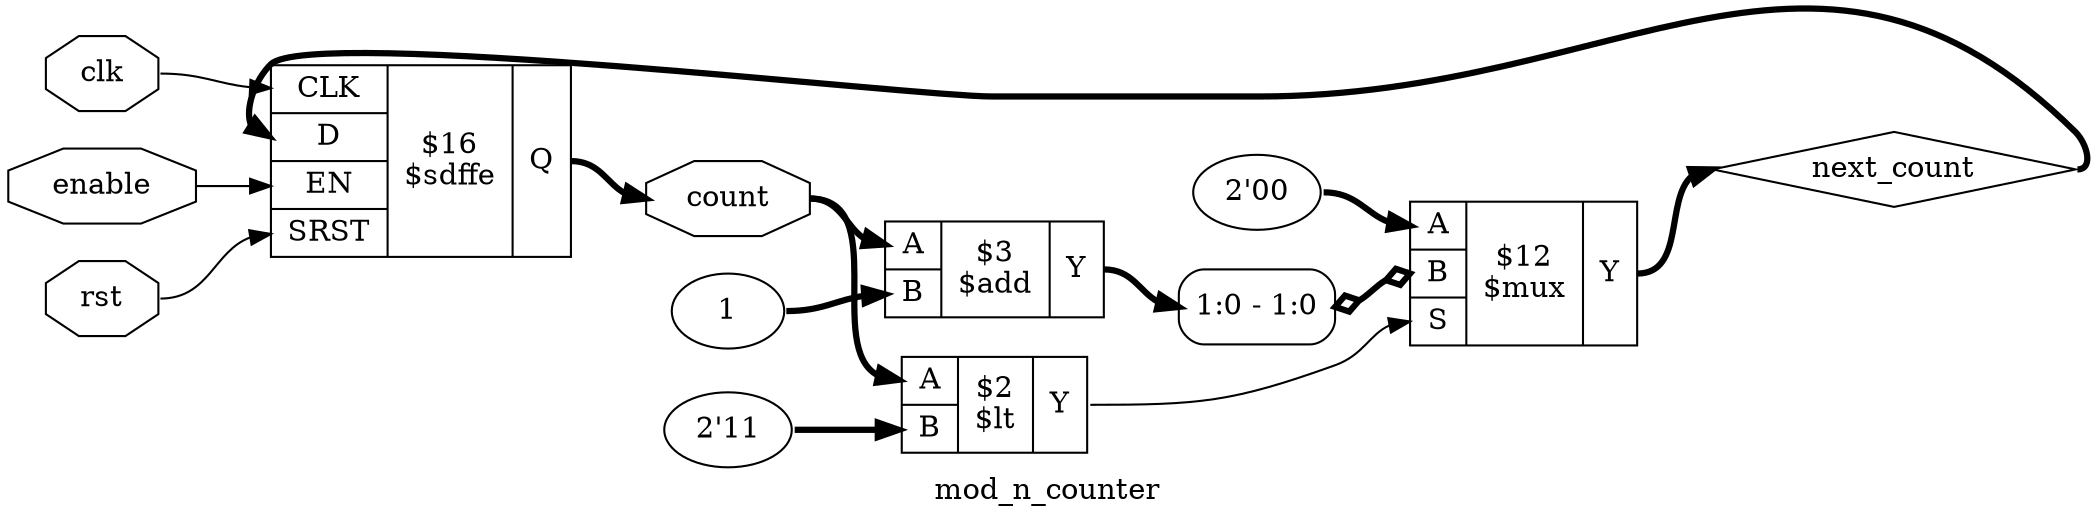
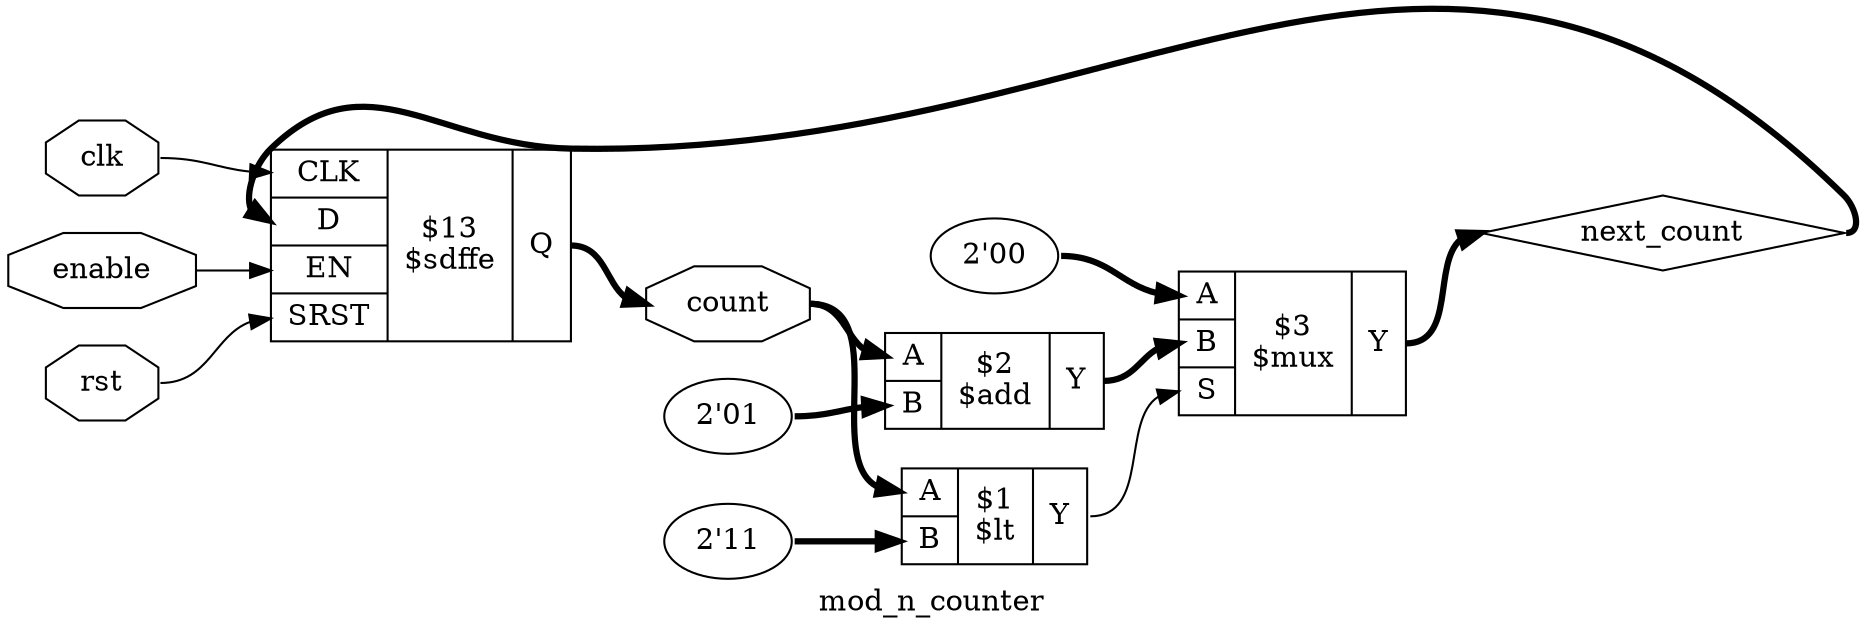
digraph "mod_n_counter" {
label="mod_n_counter";
rankdir="LR";
remincross=true;
n3 [ shape=octagon, label="clk", color="black", fontcolor="black" ];
n4 [ shape=octagon, label="count", color="black", fontcolor="black" ];
n5 [ shape=octagon, label="enable", color="black", fontcolor="black" ];
n6 [ shape=diamond, label="next_count", color="black", fontcolor="black" ];
n7 [ shape=octagon, label="rst", color="black", fontcolor="black" ];
- v0 [ label="1" ];
- c11 [ shape=record, label="{{<p8> A|<p9> B}|$3\n$add|{<p10> Y}}",  ];
- c17 [ shape=record, label="{{<p12> CLK|<p13> D|<p14> EN|<p15> SRST}|$16\n$sdffe|{<p16> Q}}",  ];
+ v0 [ label="2'01" ];
+ c11 [ shape=record, label="{{<p8> A|<p9> B}|$2\n$add|{<p10> Y}}",  ];
+ c17 [ shape=record, label="{{<p12> CLK|<p13> D|<p14> EN|<p15> SRST}|$13\n$sdffe|{<p16> Q}}",  ];
v1 [ label="2'11" ];
- c18 [ shape=record, label="{{<p8> A|<p9> B}|$2\n$lt|{<p10> Y}}",  ];
+ c18 [ shape=record, label="{{<p8> A|<p9> B}|$1\n$lt|{<p10> Y}}",  ];
v2 [ label="2'00" ];
- c20 [ shape=record, label="{{<p8> A|<p9> B|<p19> S}|$12\n$mux|{<p10> Y}}",  ];
- x3 [ shape=record, style=rounded, label="<s0> 1:0 - 1:0 ", color="black", fontcolor="black" ];
- x3:e -> c20:p9:w [arrowhead=odiamond, arrowtail=odiamond, dir=both, color="black", fontcolor="black", style="setlinewidth(3)", label=""];
- c11:p10:e -> x3:s0:w [color="black", fontcolor="black", style="setlinewidth(3)", label=""];
+ c20 [ shape=record, label="{{<p8> A|<p9> B|<p19> S}|$3\n$mux|{<p10> Y}}",  ];
+ c11:p10:e -> c20:p9:w [color="black", fontcolor="black", style="setlinewidth(3)", label=""];
c18:p10:e -> c20:p19:w [color="black", fontcolor="black", label=""];
n3:e -> c17:p12:w [color="black", fontcolor="black", label=""];
c17:p16:e -> n4:w [color="black", fontcolor="black", style="setlinewidth(3)", label=""];
n4:e -> c11:p8:w [color="black", fontcolor="black", style="setlinewidth(3)", label=""];
n4:e -> c18:p8:w [color="black", fontcolor="black", style="setlinewidth(3)", label=""];
n5:e -> c17:p14:w [color="black", fontcolor="black", label=""];
c20:p10:e -> n6:w [color="black", fontcolor="black", style="setlinewidth(3)", label=""];
n6:e -> c17:p13:w [color="black", fontcolor="black", style="setlinewidth(3)", label=""];
n7:e -> c17:p15:w [color="black", fontcolor="black", label=""];
v0:e -> c11:p9:w [color="black", fontcolor="black", style="setlinewidth(3)", label=""];
v1:e -> c18:p9:w [color="black", fontcolor="black", style="setlinewidth(3)", label=""];
v2:e -> c20:p8:w [color="black", fontcolor="black", style="setlinewidth(3)", label=""];
}
